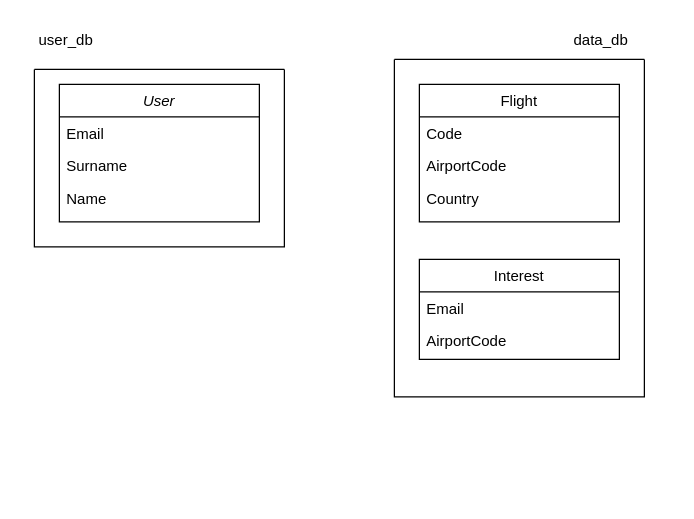
Before: db.drawio in marioguerrera1309/Homework_Ficarra_Guerrera, a draw.io diagram. Source tidied: cells renumbered, new cells numbered last; positions are measured from the earlier drawing's top-left corner, leaving out a move shared by most shapes. Both pictures are drawn from the tidied source at 125%, with x=0, y=0 at pixel (21, 21).
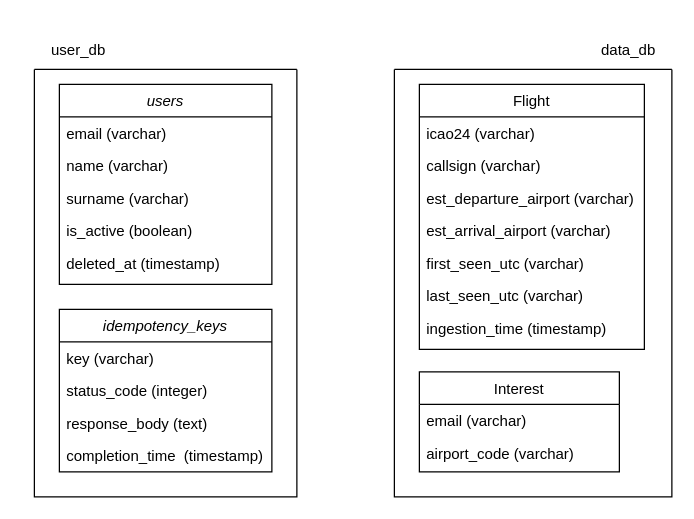
The same diagram, later.

Change to the diagram source:
```diff
@@
-    <mxCell id="2" value="User" style="swimlane;fontStyle=2;align=center;verticalAlign=top;horizontal=1;startSize=26;rounded=0;shadow=0;strokeWidth=1;" parent="1" vertex="1">
-      <mxGeometry x="30" y="50" width="160" height="110" as="geometry" />
+    <mxCell id="2" value="users" style="swimlane;fontStyle=2;align=center;verticalAlign=top;horizontal=1;startSize=26;rounded=0;shadow=0;strokeWidth=1;" parent="1" vertex="1">
+      <mxGeometry x="30" y="50" width="170" height="160" as="geometry" />
     </mxCell>
-    <mxCell id="3" value="Email" style="text;align=left;verticalAlign=top;spacingLeft=4;spacingRight=4;overflow=hidden;" parent="2" vertex="1">
-      <mxGeometry y="26" width="160" height="26" as="geometry" />
+    <mxCell id="3" value="email (varchar)" style="text;align=left;verticalAlign=top;spacingLeft=4;spacingRight=4;overflow=hidden;" parent="2" vertex="1">
+      <mxGeometry y="26" width="170" height="26" as="geometry" />
     </mxCell>
-    <mxCell id="4" value="Surname" style="text;align=left;verticalAlign=top;spacingLeft=4;spacingRight=4;overflow=hidden;rounded=0;shadow=0;html=0;" parent="2" vertex="1">
-      <mxGeometry y="52" width="160" height="26" as="geometry" />
+    <mxCell id="4" value="name (varchar)" style="text;align=left;verticalAlign=top;spacingLeft=4;spacingRight=4;overflow=hidden;rounded=0;shadow=0;html=0;" parent="2" vertex="1">
+      <mxGeometry y="52" width="170" height="26" as="geometry" />
     </mxCell>
-    <mxCell id="5" value="Name" style="text;align=left;verticalAlign=top;spacingLeft=4;spacingRight=4;overflow=hidden;rounded=0;shadow=0;html=0;" parent="2" vertex="1">
-      <mxGeometry y="78" width="160" height="26" as="geometry" />
+    <mxCell id="5" value="surname (varchar)" style="text;align=left;verticalAlign=top;spacingLeft=4;spacingRight=4;overflow=hidden;rounded=0;shadow=0;html=0;" parent="2" vertex="1">
+      <mxGeometry y="78" width="170" height="26" as="geometry" />
     </mxCell>
+    <mxCell id="13" style="swimlane;startSize=0;" parent="1" vertex="1">
+      <mxGeometry x="298" y="38" width="222" height="342" as="geometry" />
+    </mxCell>
-    <mxCell id="6" value="Flight" style="swimlane;fontStyle=0;align=center;verticalAlign=top;horizontal=1;startSize=26;rounded=0;shadow=0;strokeWidth=1;" parent="1" vertex="1">
-      <mxGeometry x="318" y="50" width="160" height="110" as="geometry" />
+    <mxCell id="6" value="Flight" style="swimlane;fontStyle=0;align=center;verticalAlign=top;horizontal=1;startSize=26;rounded=0;shadow=0;strokeWidth=1;" parent="13" vertex="1">
+      <mxGeometry x="20" y="12" width="180" height="212" as="geometry" />
     </mxCell>
-    <mxCell id="7" value="Code" style="text;align=left;verticalAlign=top;spacingLeft=4;spacingRight=4;overflow=hidden;" parent="6" vertex="1">
-      <mxGeometry y="26" width="160" height="26" as="geometry" />
+    <mxCell id="7" value="icao24 (varchar)" style="text;align=left;verticalAlign=top;spacingLeft=4;spacingRight=4;overflow=hidden;" parent="6" vertex="1">
+      <mxGeometry y="26" width="180" height="26" as="geometry" />
     </mxCell>
-    <mxCell id="8" value="AirportCode" style="text;align=left;verticalAlign=top;spacingLeft=4;spacingRight=4;overflow=hidden;rounded=0;shadow=0;html=0;" parent="6" vertex="1">
-      <mxGeometry y="52" width="160" height="26" as="geometry" />
+    <mxCell id="8" value="callsign (varchar)" style="text;align=left;verticalAlign=top;spacingLeft=4;spacingRight=4;overflow=hidden;rounded=0;shadow=0;html=0;" parent="6" vertex="1">
+      <mxGeometry y="52" width="180" height="26" as="geometry" />
     </mxCell>
-    <mxCell id="9" value="Country" style="text;align=left;verticalAlign=top;spacingLeft=4;spacingRight=4;overflow=hidden;rounded=0;shadow=0;html=0;" parent="6" vertex="1">
-      <mxGeometry y="78" width="160" height="26" as="geometry" />
+    <mxCell id="9" value="est_departure_airport (varchar)" style="text;align=left;verticalAlign=top;spacingLeft=4;spacingRight=4;overflow=hidden;rounded=0;shadow=0;html=0;" parent="6" vertex="1">
+      <mxGeometry y="78" width="180" height="26" as="geometry" />
     </mxCell>
+    <mxCell id="17" value="est_arrival_airport (varchar)" style="text;align=left;verticalAlign=top;spacingLeft=4;spacingRight=4;overflow=hidden;rounded=0;shadow=0;html=0;" parent="6" vertex="1">
+      <mxGeometry y="104" width="180" height="26" as="geometry" />
+    </mxCell>
+    <mxCell id="18" value="first_seen_utc (varchar)" style="text;align=left;verticalAlign=top;spacingLeft=4;spacingRight=4;overflow=hidden;rounded=0;shadow=0;html=0;" parent="6" vertex="1">
+      <mxGeometry y="130" width="180" height="26" as="geometry" />
+    </mxCell>
+    <mxCell id="19" value="last_seen_utc (varchar)" style="text;align=left;verticalAlign=top;spacingLeft=4;spacingRight=4;overflow=hidden;rounded=0;shadow=0;html=0;" parent="6" vertex="1">
+      <mxGeometry y="156" width="180" height="26" as="geometry" />
+    </mxCell>
+    <mxCell id="20" value="ingestion_time (timestamp)" style="text;align=left;verticalAlign=top;spacingLeft=4;spacingRight=4;overflow=hidden;rounded=0;shadow=0;html=0;" parent="6" vertex="1">
+      <mxGeometry y="182" width="180" height="26" as="geometry" />
+    </mxCell>
-    <mxCell id="10" value="Interest" style="swimlane;fontStyle=0;align=center;verticalAlign=top;horizontal=1;startSize=26;rounded=0;shadow=0;strokeWidth=1;" parent="1" vertex="1">
-      <mxGeometry x="318" y="190" width="160" height="80" as="geometry" />
+    <mxCell id="10" value="Interest" style="swimlane;fontStyle=0;align=center;verticalAlign=top;horizontal=1;startSize=26;rounded=0;shadow=0;strokeWidth=1;" parent="13" vertex="1">
+      <mxGeometry x="20" y="242" width="160" height="80" as="geometry" />
     </mxCell>
-    <mxCell id="11" value="Email" style="text;align=left;verticalAlign=top;spacingLeft=4;spacingRight=4;overflow=hidden;" parent="10" vertex="1">
+    <mxCell id="11" value="email (varchar)" style="text;align=left;verticalAlign=top;spacingLeft=4;spacingRight=4;overflow=hidden;" parent="10" vertex="1">
       <mxGeometry y="26" width="160" height="26" as="geometry" />
     </mxCell>
-    <mxCell id="12" value="AirportCode" style="text;align=left;verticalAlign=top;spacingLeft=4;spacingRight=4;overflow=hidden;rounded=0;shadow=0;html=0;" parent="10" vertex="1">
+    <mxCell id="12" value="airport_code (varchar)" style="text;align=left;verticalAlign=top;spacingLeft=4;spacingRight=4;overflow=hidden;rounded=0;shadow=0;html=0;" parent="10" vertex="1">
       <mxGeometry y="52" width="160" height="26" as="geometry" />
     </mxCell>
-    <mxCell id="13" style="swimlane;startSize=0;" parent="1" vertex="1">
-      <mxGeometry x="298" y="30" width="200" height="270" as="geometry" />
-    </mxCell>
     <mxCell id="14" value="data_db" style="text;html=1;align=center;verticalAlign=middle;strokeColor=none;fillColor=none;" parent="1" vertex="1">
-      <mxGeometry x="428" width="70" height="30" as="geometry" />
+      <mxGeometry x="450" y="8" width="70" height="30" as="geometry" />
     </mxCell>
     <mxCell id="15" value="user_&lt;span style=&quot;background-color: transparent; color: light-dark(rgb(0, 0, 0), rgb(255, 255, 255));&quot;&gt;db&lt;/span&gt;" style="text;html=1;align=center;verticalAlign=middle;strokeColor=none;fillColor=none;" parent="1" vertex="1">
-      <mxGeometry width="70" height="30" as="geometry" />
+      <mxGeometry x="10" y="8" width="70" height="30" as="geometry" />
     </mxCell>
     <mxCell id="16" style="swimlane;startSize=0;" parent="1" vertex="1">
-      <mxGeometry x="10" y="38" width="200" height="142" as="geometry" />
+      <mxGeometry x="10" y="38" width="210" height="342" as="geometry" />
     </mxCell>
+    <mxCell id="21" value="is_active (boolean)" style="text;align=left;verticalAlign=top;spacingLeft=4;spacingRight=4;overflow=hidden;rounded=0;shadow=0;html=0;" parent="16" vertex="1">
+      <mxGeometry x="20" y="116" width="160" height="26" as="geometry" />
+    </mxCell>
+    <mxCell id="22" value="deleted_at (timestamp)" style="text;align=left;verticalAlign=top;spacingLeft=4;spacingRight=4;overflow=hidden;rounded=0;shadow=0;html=0;" parent="16" vertex="1">
+      <mxGeometry x="20" y="142" width="160" height="26" as="geometry" />
+    </mxCell>
+    <mxCell id="23" value="idempotency_keys" style="swimlane;fontStyle=2;align=center;verticalAlign=top;horizontal=1;startSize=26;rounded=0;shadow=0;strokeWidth=1;" parent="16" vertex="1">
+      <mxGeometry x="20" y="192" width="170" height="130" as="geometry" />
+    </mxCell>
+    <mxCell id="24" value="key (varchar)" style="text;align=left;verticalAlign=top;spacingLeft=4;spacingRight=4;overflow=hidden;" parent="23" vertex="1">
+      <mxGeometry y="26" width="170" height="26" as="geometry" />
+    </mxCell>
+    <mxCell id="25" value="status_code (integer)" style="text;align=left;verticalAlign=top;spacingLeft=4;spacingRight=4;overflow=hidden;rounded=0;shadow=0;html=0;" parent="23" vertex="1">
+      <mxGeometry y="52" width="170" height="26" as="geometry" />
+    </mxCell>
+    <mxCell id="26" value="response_body (text)" style="text;align=left;verticalAlign=top;spacingLeft=4;spacingRight=4;overflow=hidden;rounded=0;shadow=0;html=0;" parent="23" vertex="1">
+      <mxGeometry y="78" width="170" height="26" as="geometry" />
+    </mxCell>
+    <mxCell id="27" value="completion_time  (timestamp)" style="text;align=left;verticalAlign=top;spacingLeft=4;spacingRight=4;overflow=hidden;rounded=0;shadow=0;html=0;" parent="23" vertex="1">
+      <mxGeometry y="104" width="170" height="26" as="geometry" />
+    </mxCell>
```
